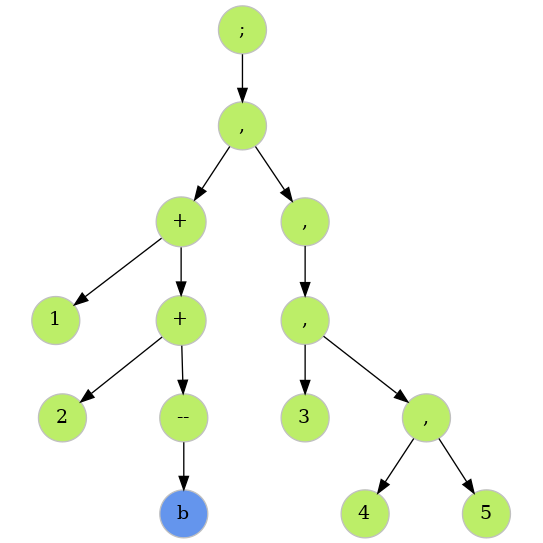
The Graphviz diagram dump/LIST_DMP_№0.png in deGekata/L_and_D, before a commit. Its source is kept beside it as dump/LIST_DMP_№0.dot.
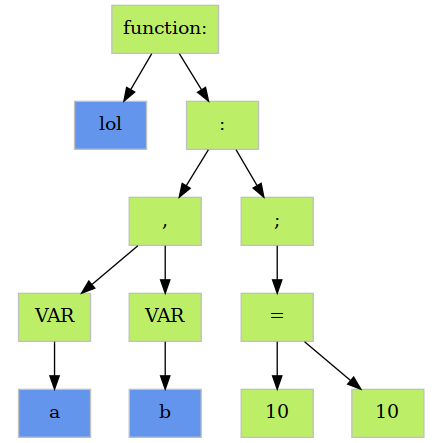
After the change.

Change to the diagram source:
```diff
@@ -1,31 +1,27 @@
 digraph G{
    nodesep=0.1;
    ratio=1;
-   L140737311818016[label=";", shape="circle", color="grey", thickness=4, fillcolor="darkolivegreen2" style=filled];
-    L140737311818016->L140737311816864[color="black"];
-   L140737311816864[label=",", shape="circle", color="grey", thickness=4, fillcolor="darkolivegreen2" style=filled];
-    L140737311816864->L140737311816256[color="black"];
-    L140737311816864->L140737311817152[color="black"];
-   L140737311816256[label="+", shape="circle", color="grey", thickness=4, fillcolor="darkolivegreen2" style=filled];
-    L140737311816256->L140737311816192[color="black"];
-    L140737311816256->L140737311816384[color="black"];
-   L140737311816192[label="1", shape="circle", color="grey", thickness=4, fillcolor="darkolivegreen2" style=filled];
-   L140737311816384[label="+", shape="circle", color="grey", thickness=4, fillcolor="darkolivegreen2" style=filled];
-    L140737311816384->L140737311816320[color="black"];
-    L140737311816384->L140737311816448[color="black"];
-   L140737311816320[label="2", shape="circle", color="grey", thickness=4, fillcolor="darkolivegreen2" style=filled];
-   L140737311816448[label="--", shape="circle", color="grey", thickness=4, fillcolor="darkolivegreen2" style=filled];
-    L140737311816448->L140737311816640[color="black"];
-   L140737311816640[label="b", shape="circle", color="grey", thickness=4, fillcolor="cornflowerblue" style=filled];
-   L140737311817152[label=",", shape="circle", color="grey", thickness=4, fillcolor="darkolivegreen2" style=filled];
-    L140737311817152->L140737311817440[color="black"];
-   L140737311817440[label=",", shape="circle", color="grey", thickness=4, fillcolor="darkolivegreen2" style=filled];
-    L140737311817440->L140737311817216[color="black"];
-    L140737311817440->L140737311817728[color="black"];
-   L140737311817216[label="3", shape="circle", color="grey", thickness=4, fillcolor="darkolivegreen2" style=filled];
-   L140737311817728[label=",", shape="circle", color="grey", thickness=4, fillcolor="darkolivegreen2" style=filled];
-    L140737311817728->L140737311817504[color="black"];
-    L140737311817728->L140737311817792[color="black"];
-   L140737311817504[label="4", shape="circle", color="grey", thickness=4, fillcolor="darkolivegreen2" style=filled];
-   L140737311817792[label="5", shape="circle", color="grey", thickness=4, fillcolor="darkolivegreen2" style=filled];
+   L94610917608016[label="function:", shape="rectangle", color="grey", thickness=4, fillcolor="darkolivegreen2" style=filled];
+    L94610917608016->L94610917608176[color="black"];
+    L94610917608016->L94610917609552[color="black"];
+   L94610917608176[label="lol", shape="rectangle", color="grey", thickness=4, fillcolor="cornflowerblue" style=filled];
+   L94610917609552[label=":", shape="rectangle", color="grey", thickness=4, fillcolor="darkolivegreen2" style=filled];
+    L94610917609552->L94610917608848[color="black"];
+    L94610917609552->L94610917609424[color="black"];
+   L94610917608848[label=",", shape="rectangle", color="grey", thickness=4, fillcolor="darkolivegreen2" style=filled];
+    L94610917608848->L94610917608528[color="black"];
+    L94610917608848->L94610917608976[color="black"];
+   L94610917608528[label="VAR", shape="rectangle", color="grey", thickness=4, fillcolor="darkolivegreen2" style=filled];
+    L94610917608528->L94610917608688[color="black"];
+   L94610917608688[label="a", shape="rectangle", color="grey", thickness=4, fillcolor="cornflowerblue" style=filled];
+   L94610917608976[label="VAR", shape="rectangle", color="grey", thickness=4, fillcolor="darkolivegreen2" style=filled];
+    L94610917608976->L94610917609072[color="black"];
+   L94610917609072[label="b", shape="rectangle", color="grey", thickness=4, fillcolor="cornflowerblue" style=filled];
+   L94610917609424[label=";", shape="rectangle", color="grey", thickness=4, fillcolor="darkolivegreen2" style=filled];
+    L94610917609424->L94610917609296[color="black"];
+   L94610917609296[label="=", shape="rectangle", color="grey", thickness=4, fillcolor="darkolivegreen2" style=filled];
+    L94610917609296->L94610917609232[color="black"];
+    L94610917609296->L94610917609360[color="black"];
+   L94610917609232[label="10", shape="rectangle", color="grey", thickness=4, fillcolor="darkolivegreen2" style=filled];
+   L94610917609360[label="10", shape="rectangle", color="grey", thickness=4, fillcolor="darkolivegreen2" style=filled];
 }
```
